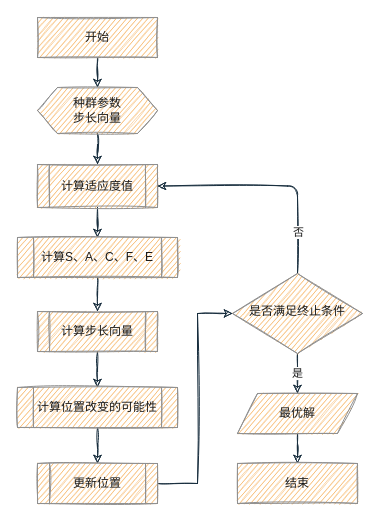
This is BDA.drawio from qn-wu/mall, a draw.io file, before an edit. Source tidied: cells renumbered, new cells numbered last; positions are measured from the earlier drawing's top-left corner, leaving out a move shared by most shapes. Both pictures are drawn from the tidied source at 100%, with x=0, y=0 at pixel (17, 17).
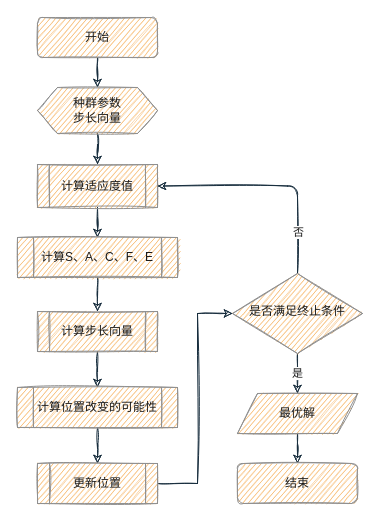
The same diagram, later.

The edit, as a diff of the source:
```diff
@@
-    <mxCell id="3" value="开始" style="rounded=0;whiteSpace=wrap;html=1;fontSize=12;glass=0;strokeWidth=1;shadow=0;sketch=1;fillColor=#F5AB50;strokeColor=#909090;fontColor=#1A1A1A;" parent="1" vertex="1">
+    <mxCell id="3" value="开始" style="rounded=1;whiteSpace=wrap;html=1;fontSize=12;glass=0;strokeWidth=1;shadow=0;sketch=1;fillColor=#F5AB50;strokeColor=#909090;fontColor=#1A1A1A;" parent="1" vertex="1">
       <mxGeometry x="20" width="120" height="40" as="geometry" />
     </mxCell>
@@
-    <mxCell id="23" value="结束" style="rounded=0;whiteSpace=wrap;html=1;fontSize=12;glass=0;strokeWidth=1;shadow=0;sketch=1;fillColor=#F5AB50;strokeColor=#909090;fontColor=#1A1A1A;" parent="1" vertex="1">
+    <mxCell id="23" value="结束" style="rounded=1;whiteSpace=wrap;html=1;fontSize=12;glass=0;strokeWidth=1;shadow=0;sketch=1;fillColor=#F5AB50;strokeColor=#909090;fontColor=#1A1A1A;" parent="1" vertex="1">
       <mxGeometry x="220" y="446" width="120" height="40" as="geometry" />
     </mxCell>
```
